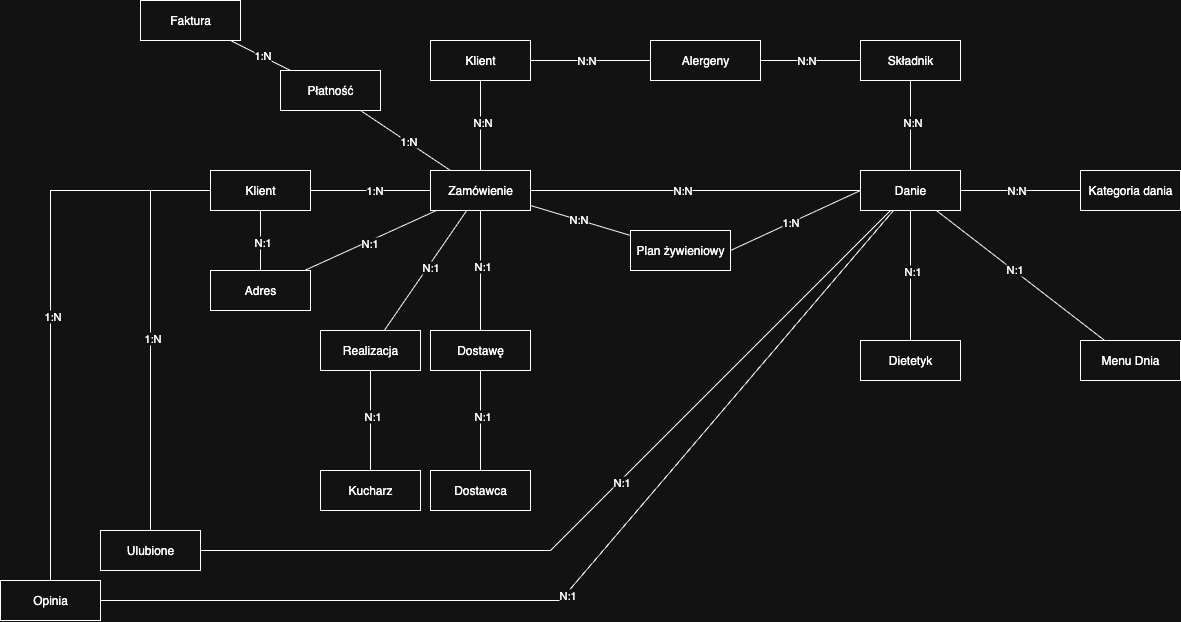
tomasz-trela/database-design keeps this draw.io diagram as etap1/diagram_obiektowo-związkowego.png. Above is the earlier version. Source tidied: cells renumbered, new cells last; positions are measured from the earlier drawing's top-left corner, leaving out a move shared by most shapes.
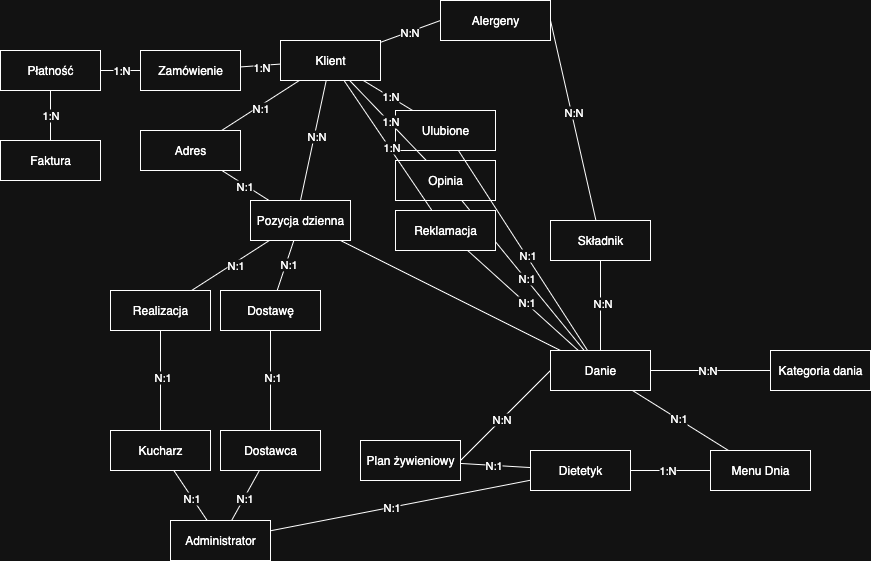
Above is the later version.

Change to the diagram source:
```diff
@@ -2,20 +2,17 @@
   <root>
     <mxCell id="0" />
     <mxCell id="1" parent="0" />
-    <mxCell id="2" value="Klient" style="rounded=0;whiteSpace=wrap;html=1;" parent="1" vertex="1">
-      <mxGeometry x="430" y="40" width="100" height="40" as="geometry" />
-    </mxCell>
-    <mxCell id="3" style="endArrow=none;html=1;rounded=0;exitX=1;exitY=0.5;exitDx=0;exitDy=0;entryX=0;entryY=0.5;entryDx=0;entryDy=0;" parent="1" edge="1" source="2" target="5">
+    <mxCell id="3" style="endArrow=none;html=1;rounded=0;entryX=0;entryY=0.5;entryDx=0;entryDy=0;" parent="1" edge="1" source="43" target="5">
       <mxGeometry relative="1" as="geometry" />
     </mxCell>
     <mxCell id="4" value="N:N" style="edgeLabel;html=1;align=center;verticalAlign=middle;" parent="3" vertex="1">
       <mxGeometry x="-0.08" y="1" relative="1" as="geometry" />
     </mxCell>
     <mxCell id="5" value="Alergeny" style="rounded=0;whiteSpace=wrap;html=1;" parent="1" vertex="1">
-      <mxGeometry x="650" y="40" width="110" height="40" as="geometry" />
+      <mxGeometry x="690" y="40" width="110" height="40" as="geometry" />
     </mxCell>
     <mxCell id="6" value="Składnik" style="rounded=0;whiteSpace=wrap;html=1;" parent="1" vertex="1">
-      <mxGeometry x="860" y="40" width="100" height="40" as="geometry" />
+      <mxGeometry x="800" y="260" width="100" height="40" as="geometry" />
     </mxCell>
     <mxCell id="7" style="endArrow=none;html=1;rounded=0;exitX=1;exitY=0.5;exitDx=0;exitDy=0;" parent="1" edge="1" source="5" target="6">
       <mxGeometry relative="1" as="geometry" />
@@ -24,10 +21,10 @@
       <mxGeometry x="-0.08" y="1" relative="1" as="geometry" />
     </mxCell>
     <mxCell id="9" value="Danie" style="rounded=0;whiteSpace=wrap;html=1;" parent="1" vertex="1">
-      <mxGeometry x="860" y="170" width="100" height="40" as="geometry" />
+      <mxGeometry x="800" y="390" width="100" height="40" as="geometry" />
     </mxCell>
     <mxCell id="10" value="Kategoria dania" style="rounded=0;whiteSpace=wrap;html=1;" parent="1" vertex="1">
-      <mxGeometry x="1080" y="170" width="100" height="40" as="geometry" />
+      <mxGeometry x="1020" y="390" width="100" height="40" as="geometry" />
     </mxCell>
     <mxCell id="11" style="endArrow=none;html=1;rounded=0;" parent="1" edge="1" source="9" target="10">
       <mxGeometry relative="1" as="geometry" />
@@ -42,21 +39,21 @@
       <mxGeometry x="-0.08" y="1" relative="1" as="geometry" />
     </mxCell>
     <mxCell id="15" value="Plan żywieniowy" style="rounded=0;whiteSpace=wrap;html=1;" parent="1" vertex="1">
-      <mxGeometry x="630" y="230" width="100" height="40" as="geometry" />
+      <mxGeometry x="610" y="480" width="100" height="40" as="geometry" />
     </mxCell>
     <mxCell id="16" style="endArrow=none;html=1;rounded=0;entryX=0;entryY=0.5;entryDx=0;entryDy=0;exitX=1;exitY=0.5;exitDx=0;exitDy=0;" parent="1" edge="1" source="15" target="9">
       <mxGeometry relative="1" as="geometry" />
     </mxCell>
-    <mxCell id="17" value="1:N" style="edgeLabel;html=1;align=center;verticalAlign=middle;" parent="16" vertex="1">
+    <mxCell id="17" value="N:N" style="edgeLabel;html=1;align=center;verticalAlign=middle;" parent="16" vertex="1">
       <mxGeometry x="-0.08" y="1" relative="1" as="geometry" />
     </mxCell>
     <mxCell id="18" value="Dietetyk" style="rounded=0;whiteSpace=wrap;html=1;" parent="1" vertex="1">
-      <mxGeometry x="860" y="340" width="100" height="40" as="geometry" />
+      <mxGeometry x="780" y="490" width="100" height="40" as="geometry" />
     </mxCell>
     <mxCell id="19" value="Menu Dnia" style="rounded=0;whiteSpace=wrap;html=1;" parent="1" vertex="1">
-      <mxGeometry x="1080" y="340" width="100" height="40" as="geometry" />
+      <mxGeometry x="960" y="490" width="100" height="40" as="geometry" />
     </mxCell>
-    <mxCell id="20" style="endArrow=none;html=1;rounded=0;entryX=0.5;entryY=0;entryDx=0;entryDy=0;exitX=0.5;exitY=1;exitDx=0;exitDy=0;" parent="1" edge="1" source="9" target="18">
+    <mxCell id="20" style="endArrow=none;html=1;rounded=0;" parent="1" edge="1" source="15" target="18">
       <mxGeometry relative="1" as="geometry" />
     </mxCell>
     <mxCell id="21" value="N:1" style="edgeLabel;html=1;align=center;verticalAlign=middle;" parent="20" vertex="1">
@@ -69,33 +66,29 @@
       <mxGeometry x="-0.08" y="1" relative="1" as="geometry" />
     </mxCell>
     <mxCell id="24" value="Zamówienie" style="rounded=0;whiteSpace=wrap;html=1;" parent="1" vertex="1">
-      <mxGeometry x="430" y="170" width="100" height="40" as="geometry" />
+      <mxGeometry x="390" y="90" width="100" height="40" as="geometry" />
     </mxCell>
-    <mxCell id="25" style="endArrow=none;html=1;rounded=0;" parent="1" edge="1" source="2" target="24">
+    <mxCell id="25" style="endArrow=none;html=1;rounded=0;entryX=0.5;entryY=0;entryDx=0;entryDy=0;" parent="1" edge="1" source="43" target="68">
       <mxGeometry relative="1" as="geometry" />
     </mxCell>
     <mxCell id="26" value="N:N" style="edgeLabel;html=1;align=center;verticalAlign=middle;" parent="25" vertex="1">
       <mxGeometry x="-0.08" y="1" relative="1" as="geometry" />
     </mxCell>
-    <mxCell id="27" style="endArrow=none;html=1;rounded=0;" parent="1" edge="1" source="24" target="15">
-      <mxGeometry relative="1" as="geometry" />
-    </mxCell>
-    <mxCell id="28" value="N:N" style="edgeLabel;html=1;align=center;verticalAlign=middle;" parent="27" vertex="1">
-      <mxGeometry x="-0.08" y="1" relative="1" as="geometry" />
-    </mxCell>
-    <mxCell id="29" style="endArrow=none;html=1;rounded=0;" parent="1" edge="1" source="24" target="9">
+    <mxCell id="29" style="endArrow=none;html=1;rounded=0;" parent="1" edge="1" source="68" target="9">
       <mxGeometry relative="1" as="geometry" />
     </mxCell>
     <mxCell id="30" value="N:N" style="edgeLabel;html=1;align=center;verticalAlign=middle;" parent="29" vertex="1">
-      <mxGeometry x="-0.08" y="1" relative="1" as="geometry" />
+      <mxGeometry x="-0.08" y="1" relative="1" as="geometry">
+        <mxPoint x="35" y="-120" as="offset" />
+      </mxGeometry>
     </mxCell>
     <mxCell id="31" value="Dostawę" style="rounded=0;whiteSpace=wrap;html=1;" parent="1" vertex="1">
-      <mxGeometry x="430" y="330" width="100" height="40" as="geometry" />
+      <mxGeometry x="470" y="330" width="100" height="40" as="geometry" />
     </mxCell>
     <mxCell id="32" value="Dostawca" style="rounded=0;whiteSpace=wrap;html=1;" parent="1" vertex="1">
-      <mxGeometry x="430" y="470" width="100" height="40" as="geometry" />
+      <mxGeometry x="470" y="470" width="100" height="40" as="geometry" />
     </mxCell>
-    <mxCell id="33" style="endArrow=none;html=1;rounded=0;" parent="1" edge="1" source="24" target="31">
+    <mxCell id="33" style="endArrow=none;html=1;rounded=0;" parent="1" edge="1" source="68" target="31">
       <mxGeometry relative="1" as="geometry" />
     </mxCell>
     <mxCell id="34" value="N:1" style="edgeLabel;html=1;align=center;verticalAlign=middle;" parent="33" vertex="1">
@@ -108,12 +101,12 @@
       <mxGeometry x="-0.08" y="1" relative="1" as="geometry" />
     </mxCell>
     <mxCell id="37" value="Realizacja" style="rounded=0;whiteSpace=wrap;html=1;" parent="1" vertex="1">
-      <mxGeometry x="320" y="330" width="100" height="40" as="geometry" />
+      <mxGeometry x="360" y="330" width="100" height="40" as="geometry" />
     </mxCell>
     <mxCell id="38" value="Kucharz" style="rounded=0;whiteSpace=wrap;html=1;" parent="1" vertex="1">
-      <mxGeometry x="320" y="470" width="100" height="40" as="geometry" />
+      <mxGeometry x="360" y="470" width="100" height="40" as="geometry" />
     </mxCell>
-    <mxCell id="39" style="endArrow=none;html=1;rounded=0;" parent="1" edge="1" source="24" target="37">
+    <mxCell id="39" style="endArrow=none;html=1;rounded=0;" parent="1" edge="1" source="68" target="37">
       <mxGeometry relative="1" as="geometry" />
     </mxCell>
     <mxCell id="40" value="N:1" style="edgeLabel;html=1;align=center;verticalAlign=middle;" parent="39" vertex="1">
@@ -126,10 +119,10 @@
       <mxGeometry x="-0.08" y="1" relative="1" as="geometry" />
     </mxCell>
     <mxCell id="43" value="Klient" style="rounded=0;whiteSpace=wrap;html=1;" parent="1" vertex="1">
-      <mxGeometry x="210" y="170" width="100" height="40" as="geometry" />
+      <mxGeometry x="530" y="80" width="100" height="40" as="geometry" />
     </mxCell>
     <mxCell id="44" value="Adres" style="rounded=0;whiteSpace=wrap;html=1;" parent="1" vertex="1">
-      <mxGeometry x="210" y="270" width="100" height="40" as="geometry" />
+      <mxGeometry x="390" y="170" width="100" height="40" as="geometry" />
     </mxCell>
     <mxCell id="45" style="endArrow=none;html=1;rounded=0;" parent="1" edge="1" source="24" target="43">
       <mxGeometry relative="1" as="geometry" />
@@ -143,17 +136,17 @@
     <mxCell id="48" value="N:1" style="edgeLabel;html=1;align=center;verticalAlign=middle;" parent="47" vertex="1">
       <mxGeometry x="-0.04" y="-1" relative="1" as="geometry" />
     </mxCell>
-    <mxCell id="49" style="endArrow=none;html=1;rounded=0;" parent="1" edge="1" source="44" target="24">
+    <mxCell id="49" style="endArrow=none;html=1;rounded=0;" parent="1" edge="1" source="44" target="68">
       <mxGeometry relative="1" as="geometry" />
     </mxCell>
     <mxCell id="50" value="N:1" style="edgeLabel;html=1;align=center;verticalAlign=middle;" parent="49" vertex="1">
       <mxGeometry x="-0.04" y="-1" relative="1" as="geometry" />
     </mxCell>
     <mxCell id="51" value="Płatność" style="rounded=0;whiteSpace=wrap;html=1;" parent="1" vertex="1">
-      <mxGeometry x="280" y="70" width="100" height="40" as="geometry" />
+      <mxGeometry x="250" y="90" width="100" height="40" as="geometry" />
     </mxCell>
     <mxCell id="52" value="Faktura" style="rounded=0;whiteSpace=wrap;html=1;" parent="1" vertex="1">
-      <mxGeometry x="140" width="100" height="40" as="geometry" />
+      <mxGeometry x="250" y="180" width="100" height="40" as="geometry" />
     </mxCell>
     <mxCell id="53" style="endArrow=none;html=1;rounded=0;" parent="1" edge="1" source="24" target="51">
       <mxGeometry relative="1" as="geometry" />
@@ -168,54 +161,82 @@
       <mxGeometry x="-0.04" y="-1" relative="1" as="geometry" />
     </mxCell>
     <mxCell id="57" value="Ulubione" style="rounded=0;whiteSpace=wrap;html=1;" parent="1" vertex="1">
-      <mxGeometry x="100" y="530" width="100" height="40" as="geometry" />
+      <mxGeometry x="645" y="150" width="100" height="40" as="geometry" />
     </mxCell>
+    <mxCell id="60" style="edgeStyle=orthogonalEdgeStyle;rounded=0;orthogonalLoop=1;jettySize=auto;html=1;exitX=0.5;exitY=1;exitDx=0;exitDy=0;" parent="1" edge="1" source="57" target="57">
+      <mxGeometry relative="1" as="geometry" />
+    </mxCell>
+    <mxCell id="63" value="Opinia" style="rounded=0;whiteSpace=wrap;html=1;" parent="1" vertex="1">
+      <mxGeometry x="645" y="200" width="100" height="40" as="geometry" />
+    </mxCell>
+    <mxCell id="68" value="Pozycja dzienna" style="rounded=0;whiteSpace=wrap;html=1;" parent="1" vertex="1">
+      <mxGeometry x="500" y="240" width="100" height="40" as="geometry" />
+    </mxCell>
-    <mxCell id="58" style="endArrow=none;html=1;rounded=0;entryX=0;entryY=0.5;entryDx=0;entryDy=0;" parent="1" edge="1" source="57" target="43">
-      <mxGeometry relative="1" as="geometry">
-        <Array as="points">
-          <mxPoint x="150" y="190" />
-        </Array>
-      </mxGeometry>
+    <mxCell id="58" style="endArrow=none;html=1;rounded=0;" parent="1" edge="1" source="57" target="43">
+      <mxGeometry relative="1" as="geometry" />
     </mxCell>
-    <mxCell id="59" value="1:N" style="edgeLabel;html=1;align=center;verticalAlign=middle;" parent="58" vertex="1">
-      <mxGeometry x="-0.04" y="-1" relative="1" as="geometry" />
-    </mxCell>
-    <mxCell id="60" style="edgeStyle=orthogonalEdgeStyle;rounded=0;orthogonalLoop=1;jettySize=auto;html=1;exitX=0.5;exitY=1;exitDx=0;exitDy=0;" parent="1" edge="1" source="57" target="57">
-      <mxGeometry relative="1" as="geometry" />
-    </mxCell>
+    <mxCell id="69" value="1:N" style="edgeLabel;html=1;align=center;verticalAlign=middle;" parent="58" vertex="1">
+      <mxGeometry x="-0.04" y="-1" relative="1" as="geometry" />
+    </mxCell>
+    <mxCell id="70" style="endArrow=none;html=1;rounded=0;" parent="1" edge="1" source="63" target="43">
+      <mxGeometry relative="1" as="geometry" />
+    </mxCell>
+    <mxCell id="71" value="1:N" style="edgeLabel;html=1;align=center;verticalAlign=middle;" parent="70" vertex="1">
+      <mxGeometry x="-0.04" y="-1" relative="1" as="geometry" />
+    </mxCell>
-    <mxCell id="61" style="endArrow=none;html=1;rounded=0;entryX=1;entryY=0.5;entryDx=0;entryDy=0;" parent="1" edge="1" source="9" target="57">
-      <mxGeometry relative="1" as="geometry">
-        <Array as="points">
-          <mxPoint x="550" y="550" />
-        </Array>
-      </mxGeometry>
+    <mxCell id="61" style="endArrow=none;html=1;rounded=0;" parent="1" edge="1" source="9" target="57">
+      <mxGeometry relative="1" as="geometry" />
     </mxCell>
-    <mxCell id="62" value="N:1" style="edgeLabel;html=1;align=center;verticalAlign=middle;" parent="61" vertex="1">
-      <mxGeometry x="-0.08" y="1" relative="1" as="geometry" />
-    </mxCell>
-    <mxCell id="63" value="Opinia" style="rounded=0;whiteSpace=wrap;html=1;" parent="1" vertex="1">
-      <mxGeometry y="580" width="100" height="40" as="geometry" />
-    </mxCell>
-    <mxCell id="64" style="endArrow=none;html=1;rounded=0;" parent="1" edge="1" target="43">
-      <mxGeometry relative="1" as="geometry">
-        <mxPoint x="50" y="580" as="sourcePoint" />
-        <Array as="points">
-          <mxPoint x="50" y="190" />
-        </Array>
-      </mxGeometry>
-    </mxCell>
-    <mxCell id="65" value="1:N" style="edgeLabel;html=1;align=center;verticalAlign=middle;" parent="64" vertex="1">
-      <mxGeometry x="-0.04" y="-1" relative="1" as="geometry" />
-    </mxCell>
-    <mxCell id="66" style="endArrow=none;html=1;rounded=0;" parent="1" edge="1" source="63" target="9">
-      <mxGeometry relative="1" as="geometry">
-        <Array as="points">
-          <mxPoint x="560" y="600" />
-        </Array>
-      </mxGeometry>
-    </mxCell>
-    <mxCell id="67" value="N:1" style="edgeLabel;html=1;align=center;verticalAlign=middle;" parent="66" vertex="1">
-      <mxGeometry x="-0.04" y="-1" relative="1" as="geometry" />
-    </mxCell>
+    <mxCell id="72" value="N:1" style="edgeLabel;html=1;align=center;verticalAlign=middle;" parent="61" vertex="1">
+      <mxGeometry x="-0.04" y="-1" relative="1" as="geometry" />
+    </mxCell>
+    <mxCell id="73" style="endArrow=none;html=1;rounded=0;" parent="1" edge="1" source="9" target="63">
+      <mxGeometry relative="1" as="geometry" />
+    </mxCell>
+    <mxCell id="74" value="N:1" style="edgeLabel;html=1;align=center;verticalAlign=middle;" parent="73" vertex="1">
+      <mxGeometry x="-0.04" y="-1" relative="1" as="geometry" />
+    </mxCell>
+    <mxCell id="75" value="Reklamacja" style="rounded=0;whiteSpace=wrap;html=1;" parent="1" vertex="1">
+      <mxGeometry x="645" y="250" width="100" height="40" as="geometry" />
+    </mxCell>
+    <mxCell id="76" style="endArrow=none;html=1;rounded=0;" parent="1" edge="1" source="75" target="43">
+      <mxGeometry relative="1" as="geometry" />
+    </mxCell>
+    <mxCell id="77" value="1:N" style="edgeLabel;html=1;align=center;verticalAlign=middle;" parent="76" vertex="1">
+      <mxGeometry x="-0.04" y="-1" relative="1" as="geometry" />
+    </mxCell>
+    <mxCell id="78" style="endArrow=none;html=1;rounded=0;" parent="1" edge="1" source="9" target="75">
+      <mxGeometry relative="1" as="geometry" />
+    </mxCell>
+    <mxCell id="79" value="N:1" style="edgeLabel;html=1;align=center;verticalAlign=middle;" parent="78" vertex="1">
+      <mxGeometry x="-0.04" y="-1" relative="1" as="geometry" />
+    </mxCell>
+    <mxCell id="80" style="endArrow=none;html=1;rounded=0;" parent="1" edge="1" source="18" target="19">
+      <mxGeometry relative="1" as="geometry" />
+    </mxCell>
+    <mxCell id="81" value="1:N" style="edgeLabel;html=1;align=center;verticalAlign=middle;" parent="80" vertex="1">
+      <mxGeometry x="-0.08" y="1" relative="1" as="geometry" />
+    </mxCell>
+    <mxCell id="82" value="Administrator" style="rounded=0;whiteSpace=wrap;html=1;" parent="1" vertex="1">
+      <mxGeometry x="420" y="560" width="100" height="40" as="geometry" />
+    </mxCell>
+    <mxCell id="83" style="endArrow=none;html=1;rounded=0;" parent="1" edge="1" source="82" target="38">
+      <mxGeometry relative="1" as="geometry" />
+    </mxCell>
+    <mxCell id="84" value="N:1" style="edgeLabel;html=1;align=center;verticalAlign=middle;" parent="83" vertex="1">
+      <mxGeometry x="-0.08" y="1" relative="1" as="geometry" />
+    </mxCell>
+    <mxCell id="85" style="endArrow=none;html=1;rounded=0;" parent="1" edge="1" source="82" target="32">
+      <mxGeometry relative="1" as="geometry" />
+    </mxCell>
+    <mxCell id="86" value="N:1" style="edgeLabel;html=1;align=center;verticalAlign=middle;" parent="85" vertex="1">
+      <mxGeometry x="-0.08" y="1" relative="1" as="geometry" />
+    </mxCell>
+    <mxCell id="87" style="endArrow=none;html=1;rounded=0;" parent="1" edge="1" source="82" target="18">
+      <mxGeometry relative="1" as="geometry" />
+    </mxCell>
+    <mxCell id="88" value="N:1" style="edgeLabel;html=1;align=center;verticalAlign=middle;" parent="87" vertex="1">
+      <mxGeometry x="-0.08" y="1" relative="1" as="geometry" />
+    </mxCell>
   </root>
 </mxGraphModel>
```
